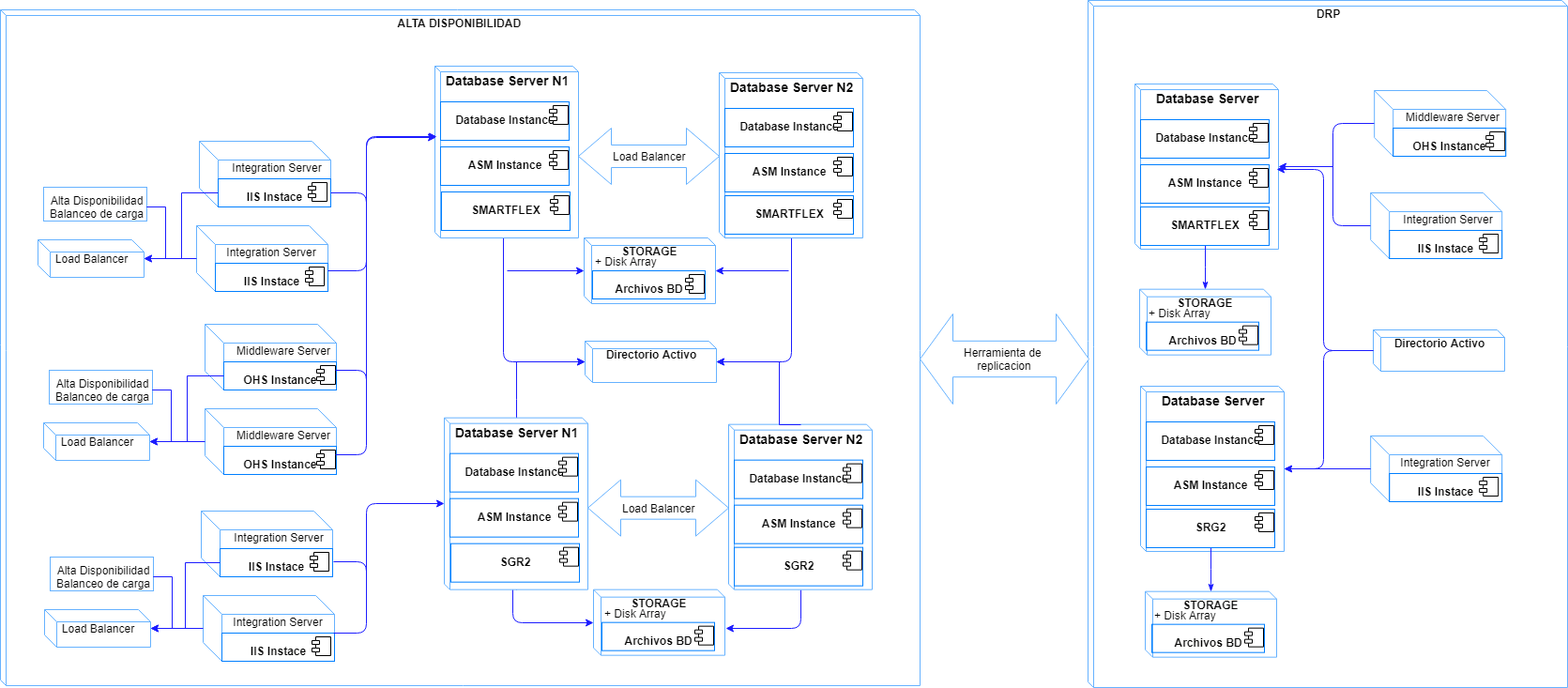
Earlier version of the draw.io export MAAX_Arquitectura.png (lilianaramirez/Drawio). Source tidied: cells renumbered, new cells last; positions are measured from the earlier drawing's top-left corner, leaving out a move shared by most shapes.
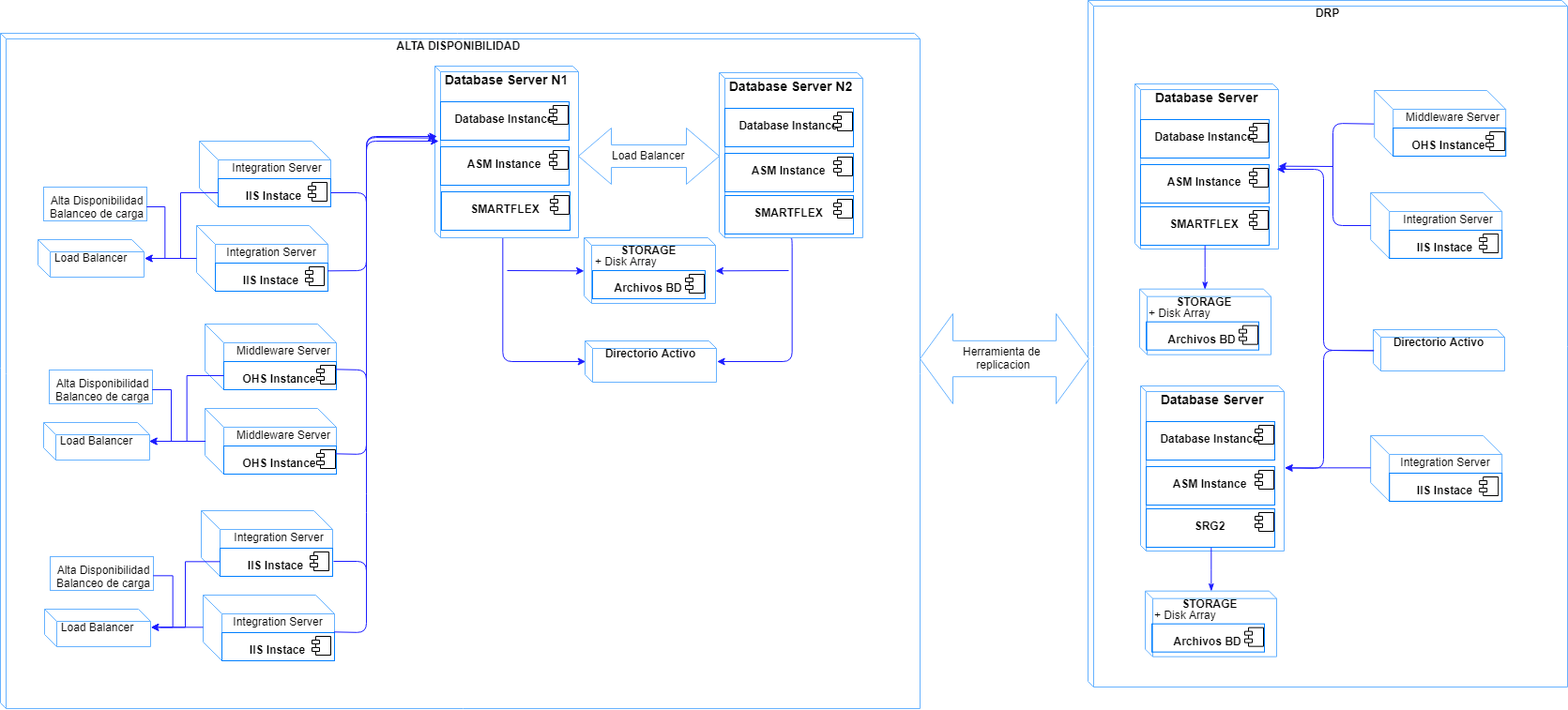
Later version of the same file.

The edit, as a diff of the source:
```diff
@@ -6,7 +6,7 @@
       <mxGeometry x="1159" width="511" height="732" as="geometry" />
     </mxCell>
     <mxCell id="3" value="ALTA DISPONIBILIDAD&amp;nbsp;&lt;div&gt;&lt;br&gt;&lt;/div&gt;" style="shape=cube;whiteSpace=wrap;html=1;strokeColor=#66B2FF;fillColor=#ffffff;align=center;size=6;verticalAlign=top;fontStyle=1;" parent="1" vertex="1">
-      <mxGeometry y="10" width="980" height="720" as="geometry" />
+      <mxGeometry y="35" width="980" height="720" as="geometry" />
     </mxCell>
     <mxCell id="4" style="group;" parent="1" vertex="1">
       <mxGeometry x="215" y="150" width="140" height="70" as="geometry" />
@@ -236,101 +236,6 @@
         <mxPoint x="840" y="288" as="sourcePoint" />
       </mxGeometry>
     </mxCell>
-    <mxCell id="64" value="&lt;div&gt;STORAGE&lt;/div&gt;" style="shape=cube;whiteSpace=wrap;html=1;strokeColor=#66B2FF;fillColor=#ffffff;verticalAlign=top;fontStyle=1;size=8;" parent="1" vertex="1">
-      <mxGeometry x="632" y="627.7" width="140" height="70" as="geometry" />
-    </mxCell>
-    <mxCell id="65" value="&lt;p style=&quot;text-align: center ; margin: 6px 0px 0px&quot;&gt;&lt;span style=&quot;font-size: 12px ; line-height: 14.4px&quot;&gt;&lt;b&gt;Archivos BD&lt;/b&gt;&lt;/span&gt;&lt;/p&gt;" style="align=left;overflow=fill;html=1;rounded=0;shadow=0;comic=0;labelBackgroundColor=none;strokeColor=#007FFF;strokeWidth=1;fillColor=none;gradientColor=#FFFFFF;fontSize=19;fontColor=#000000;" parent="1" vertex="1">
-      <mxGeometry x="641" y="662.7" width="120" height="30" as="geometry" />
-    </mxCell>
-    <mxCell id="66" style="shape=component;jettyWidth=8;jettyHeight=4;" parent="65" vertex="1">
-      <mxGeometry x="1" width="20" height="20" relative="1" as="geometry">
-        <mxPoint x="-21" y="4" as="offset" />
-      </mxGeometry>
-    </mxCell>
-    <mxCell id="67" value="+ Disk Array" style="text;html=1;strokeColor=none;fillColor=none;align=left;verticalAlign=middle;whiteSpace=wrap;" parent="1" vertex="1">
-      <mxGeometry x="642" y="642.7" width="80" height="20" as="geometry" />
-    </mxCell>
-    <mxCell id="68" value="Load Balancer" style="html=1;shadow=0;dashed=0;align=center;verticalAlign=middle;shape=mxgraph.arrows2.twoWayArrow;dy=0.6;dx=35;strokeColor=#66B2FF;fillColor=#ffffff;" parent="1" vertex="1">
-      <mxGeometry x="626" y="510.7" width="150" height="60" as="geometry" />
-    </mxCell>
-    <mxCell id="69" style="edgeStyle=segmentEdgeStyle;endArrow=classic;html=1;strokeColor=#1C1CFF;exitX=0.5;exitY=1;entryX=0;entryY=0.5;" parent="1" edge="1" source="72" target="64">
-      <mxGeometry x="206.2" y="440.5" as="geometry">
-        <Array as="points">
-          <mxPoint x="550" y="591" />
-          <mxPoint x="546" y="591" />
-          <mxPoint x="546" y="663" />
-        </Array>
-      </mxGeometry>
-    </mxCell>
-    <mxCell id="70" style="edgeStyle=segmentEdgeStyle;endArrow=classic;html=1;strokeColor=#1C1CFF;exitX=0.5;exitY=1;entryX=1.006;entryY=0.586;entryPerimeter=0;" parent="1" edge="1" source="77" target="64">
-      <mxGeometry x="432" y="478" as="geometry">
-        <Array as="points">
-          <mxPoint x="853" y="669" />
-        </Array>
-      </mxGeometry>
-    </mxCell>
-    <mxCell id="71" style="edgeStyle=orthogonalEdgeStyle;rounded=0;html=1;exitX=0.5;exitY=0;jettySize=auto;strokeColor=#1C1CFF;entryX=0;entryY=0.5;" parent="1" edge="1" source="72" target="44">
-      <mxGeometry relative="1" as="geometry">
-        <Array as="points">
-          <mxPoint x="550" y="425" />
-          <mxPoint x="550" y="385" />
-        </Array>
-      </mxGeometry>
-    </mxCell>
-    <mxCell id="72" value="&lt;span&gt;&lt;b&gt;&lt;font style=&quot;font-size: 14px&quot;&gt;Database Server N1&lt;/font&gt;&lt;/b&gt;&lt;/span&gt;" style="shape=cube;whiteSpace=wrap;html=1;strokeColor=#66B2FF;fillColor=#ffffff;size=6;verticalAlign=top;" parent="1" vertex="1">
-      <mxGeometry x="473" y="444.7" width="153" height="183" as="geometry" />
-    </mxCell>
-    <mxCell id="73" value="&lt;p style=&quot;text-align: center ; margin: 6px 0px 0px&quot;&gt;&lt;span style=&quot;font-size: 12px ; line-height: 14.4px&quot;&gt;&lt;b&gt;Database Instance&lt;/b&gt;&lt;/span&gt;&lt;/p&gt;" style="align=left;overflow=fill;html=1;rounded=0;shadow=0;comic=0;labelBackgroundColor=none;strokeColor=#007FFF;strokeWidth=1;fillColor=none;gradientColor=#FFFFFF;fontSize=19;fontColor=#000000;" parent="1" vertex="1">
-      <mxGeometry x="479" y="482.7" width="137" height="41" as="geometry" />
-    </mxCell>
-    <mxCell id="74" style="shape=component;jettyWidth=8;jettyHeight=4;" parent="73" vertex="1">
-      <mxGeometry x="1" width="20" height="20" relative="1" as="geometry">
-        <mxPoint x="-21" y="4" as="offset" />
-      </mxGeometry>
-    </mxCell>
-    <mxCell id="75" value="&lt;p style=&quot;text-align: center ; margin: 6px 0px 0px&quot;&gt;&lt;span style=&quot;font-size: 12px ; line-height: 14.4px&quot;&gt;&lt;b&gt;ASM Instance&lt;/b&gt;&lt;/span&gt;&lt;/p&gt;" style="align=left;overflow=fill;html=1;rounded=0;shadow=0;comic=0;labelBackgroundColor=none;strokeColor=#007FFF;strokeWidth=1;fillColor=none;gradientColor=#FFFFFF;fontSize=19;fontColor=#000000;" parent="1" vertex="1">
-      <mxGeometry x="479" y="530.7" width="137" height="41" as="geometry" />
-    </mxCell>
-    <mxCell id="76" style="shape=component;jettyWidth=8;jettyHeight=4;" parent="75" vertex="1">
-      <mxGeometry x="1" width="20" height="20" relative="1" as="geometry">
-        <mxPoint x="-21" y="4" as="offset" />
-      </mxGeometry>
-    </mxCell>
-    <mxCell id="77" value="&lt;span&gt;&lt;b&gt;&lt;font style=&quot;font-size: 14px&quot;&gt;Database Server N2&lt;/font&gt;&lt;/b&gt;&lt;/span&gt;" style="shape=cube;whiteSpace=wrap;html=1;strokeColor=#66B2FF;fillColor=#ffffff;size=6;verticalAlign=top;" parent="1" vertex="1">
-      <mxGeometry x="776" y="451.7" width="153" height="176" as="geometry" />
-    </mxCell>
-    <mxCell id="78" value="&lt;p style=&quot;text-align: center ; margin: 6px 0px 0px&quot;&gt;&lt;span style=&quot;font-size: 12px ; line-height: 14.4px&quot;&gt;&lt;b&gt;Database Instance&lt;/b&gt;&lt;/span&gt;&lt;/p&gt;" style="align=left;overflow=fill;html=1;rounded=0;shadow=0;comic=0;labelBackgroundColor=none;strokeColor=#007FFF;strokeWidth=1;fillColor=none;gradientColor=#FFFFFF;fontSize=19;fontColor=#000000;" parent="1" vertex="1">
-      <mxGeometry x="782" y="489.7" width="137" height="41" as="geometry" />
-    </mxCell>
-    <mxCell id="79" style="shape=component;jettyWidth=8;jettyHeight=4;" parent="78" vertex="1">
-      <mxGeometry x="1" width="20" height="20" relative="1" as="geometry">
-        <mxPoint x="-21" y="4" as="offset" />
-      </mxGeometry>
-    </mxCell>
-    <mxCell id="80" value="&lt;p style=&quot;text-align: center ; margin: 6px 0px 0px&quot;&gt;&lt;span style=&quot;font-size: 12px ; line-height: 14.4px&quot;&gt;&lt;b&gt;ASM Instance&lt;/b&gt;&lt;/span&gt;&lt;/p&gt;" style="align=left;overflow=fill;html=1;rounded=0;shadow=0;comic=0;labelBackgroundColor=none;strokeColor=#007FFF;strokeWidth=1;fillColor=none;gradientColor=#FFFFFF;fontSize=19;fontColor=#000000;" parent="1" vertex="1">
-      <mxGeometry x="782" y="537.7" width="137" height="41" as="geometry" />
-    </mxCell>
-    <mxCell id="81" style="shape=component;jettyWidth=8;jettyHeight=4;" parent="80" vertex="1">
-      <mxGeometry x="1" width="20" height="20" relative="1" as="geometry">
-        <mxPoint x="-21" y="4" as="offset" />
-      </mxGeometry>
-    </mxCell>
-    <mxCell id="82" value="&lt;p style=&quot;text-align: center ; margin: 6px 0px 0px&quot;&gt;&lt;span style=&quot;font-size: 12px ; line-height: 14.4px&quot;&gt;&lt;b&gt;SGR2&lt;/b&gt;&lt;/span&gt;&lt;/p&gt;" style="align=left;overflow=fill;html=1;rounded=0;shadow=0;comic=0;labelBackgroundColor=none;strokeColor=#007FFF;strokeWidth=1;fillColor=none;gradientColor=#FFFFFF;fontSize=19;fontColor=#000000;" parent="1" vertex="1">
-      <mxGeometry x="480" y="578.7" width="137" height="41" as="geometry" />
-    </mxCell>
-    <mxCell id="83" style="shape=component;jettyWidth=8;jettyHeight=4;" parent="82" vertex="1">
-      <mxGeometry x="1" width="20" height="20" relative="1" as="geometry">
-        <mxPoint x="-21" y="4" as="offset" />
-      </mxGeometry>
-    </mxCell>
-    <mxCell id="84" value="&lt;p style=&quot;text-align: center ; margin: 6px 0px 0px&quot;&gt;&lt;span style=&quot;font-size: 12px ; line-height: 14.4px&quot;&gt;&lt;b&gt;SGR2&lt;/b&gt;&lt;/span&gt;&lt;/p&gt;" style="align=left;overflow=fill;html=1;rounded=0;shadow=0;comic=0;labelBackgroundColor=none;strokeColor=#007FFF;strokeWidth=1;fillColor=none;gradientColor=#FFFFFF;fontSize=19;fontColor=#000000;" parent="1" vertex="1">
-      <mxGeometry x="782" y="582.7" width="137" height="41" as="geometry" />
-    </mxCell>
-    <mxCell id="85" style="shape=component;jettyWidth=8;jettyHeight=4;" parent="84" vertex="1">
-      <mxGeometry x="1" width="20" height="20" relative="1" as="geometry">
-        <mxPoint x="-21" y="4" as="offset" />
-      </mxGeometry>
-    </mxCell>
     <mxCell id="86" style="group;" parent="1" vertex="1">
       <mxGeometry x="217" y="544" width="140" height="70" as="geometry" />
     </mxCell>
@@ -395,14 +300,6 @@
     <mxCell id="103" style="edgeStyle=orthogonalEdgeStyle;rounded=0;html=1;entryX=1;entryY=0.5;jettySize=auto;strokeColor=#1C1CFF;" parent="1" edge="1" source="99" target="95">
       <mxGeometry x="-180" y="518.7" as="geometry" />
     </mxCell>
-    <mxCell id="104" style="edgeStyle=orthogonalEdgeStyle;rounded=0;html=1;exitX=0.5;exitY=0;jettySize=auto;strokeColor=#1C1CFF;entryX=1;entryY=0.5;" parent="1" edge="1" source="77" target="44">
-      <mxGeometry x="542.5" y="233.3" as="geometry">
-        <Array as="points">
-          <mxPoint x="830" y="452" />
-          <mxPoint x="830" y="385" />
-        </Array>
-      </mxGeometry>
-    </mxCell>
     <mxCell id="105" style="endArrow=classic;html=1;strokeColor=#1C1CFF;entryX=0.01;entryY=0.412;entryPerimeter=0;" parent="1" edge="1" target="48">
       <mxGeometry relative="1" as="geometry">
         <mxPoint x="390" y="240" as="sourcePoint" />
@@ -447,11 +344,13 @@
         </Array>
       </mxGeometry>
     </mxCell>
-    <mxCell id="110" style="endArrow=classic;html=1;strokeColor=#1C1CFF;entryX=0;entryY=0.5;" parent="1" edge="1" target="72">
+    <mxCell id="110" style="endArrow=classic;html=1;strokeColor=#1C1CFF;" parent="1" edge="1">
       <mxGeometry relative="1" as="geometry">
         <mxPoint x="390" y="640" as="sourcePoint" />
+        <mxPoint x="467" y="150" as="targetPoint" />
         <Array as="points">
           <mxPoint x="390" y="536" />
+          <mxPoint x="390" y="150" />
         </Array>
       </mxGeometry>
     </mxCell>
```
